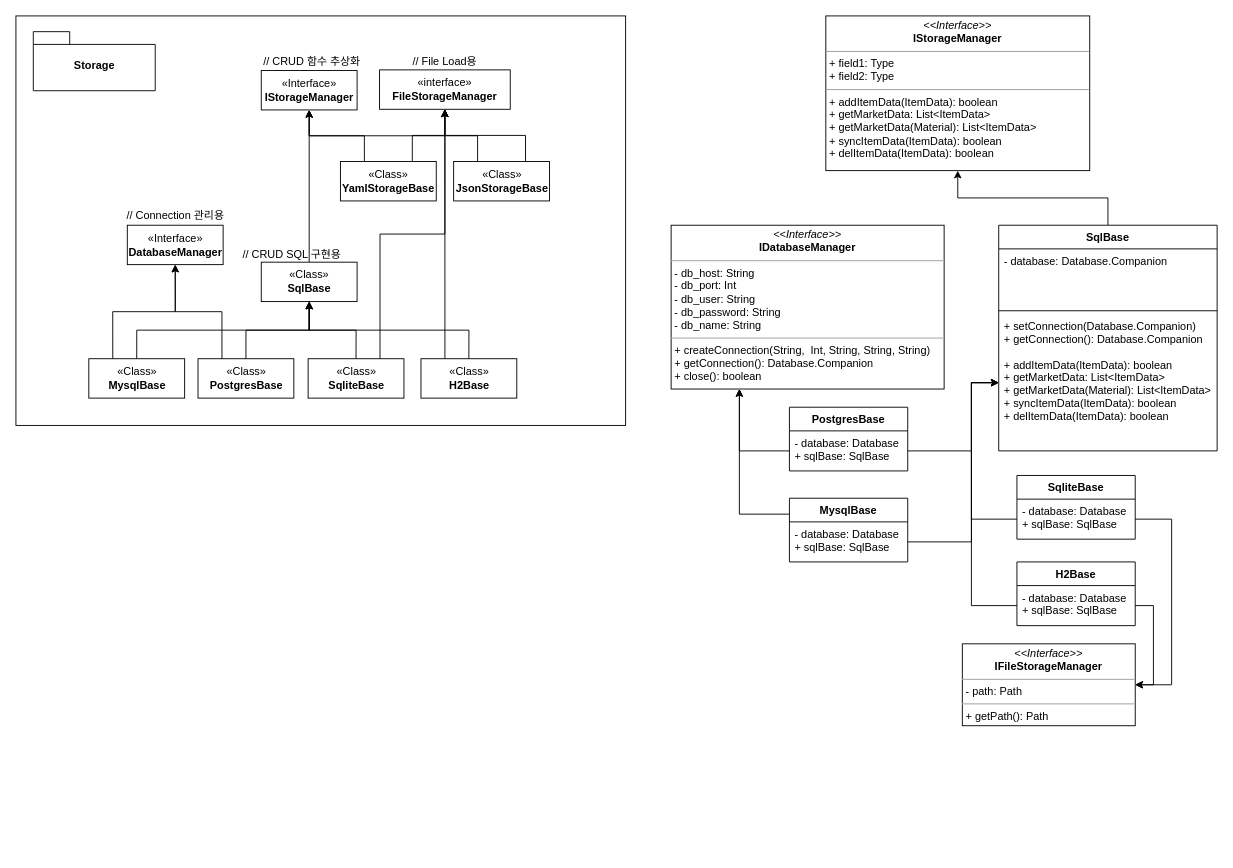
Above: page "Storage Implement" (3 of 4) of LiquidityMarket.drawio in frost917/LiquidityMarket (draw.io), before the change. Source tidied: cells renumbered, new cells numbered last; positions are measured from the earlier drawing's top-left corner, leaving out a move shared by most shapes. Both pictures are drawn from the tidied source at 91%, with x=0, y=0 at pixel (15, 15).
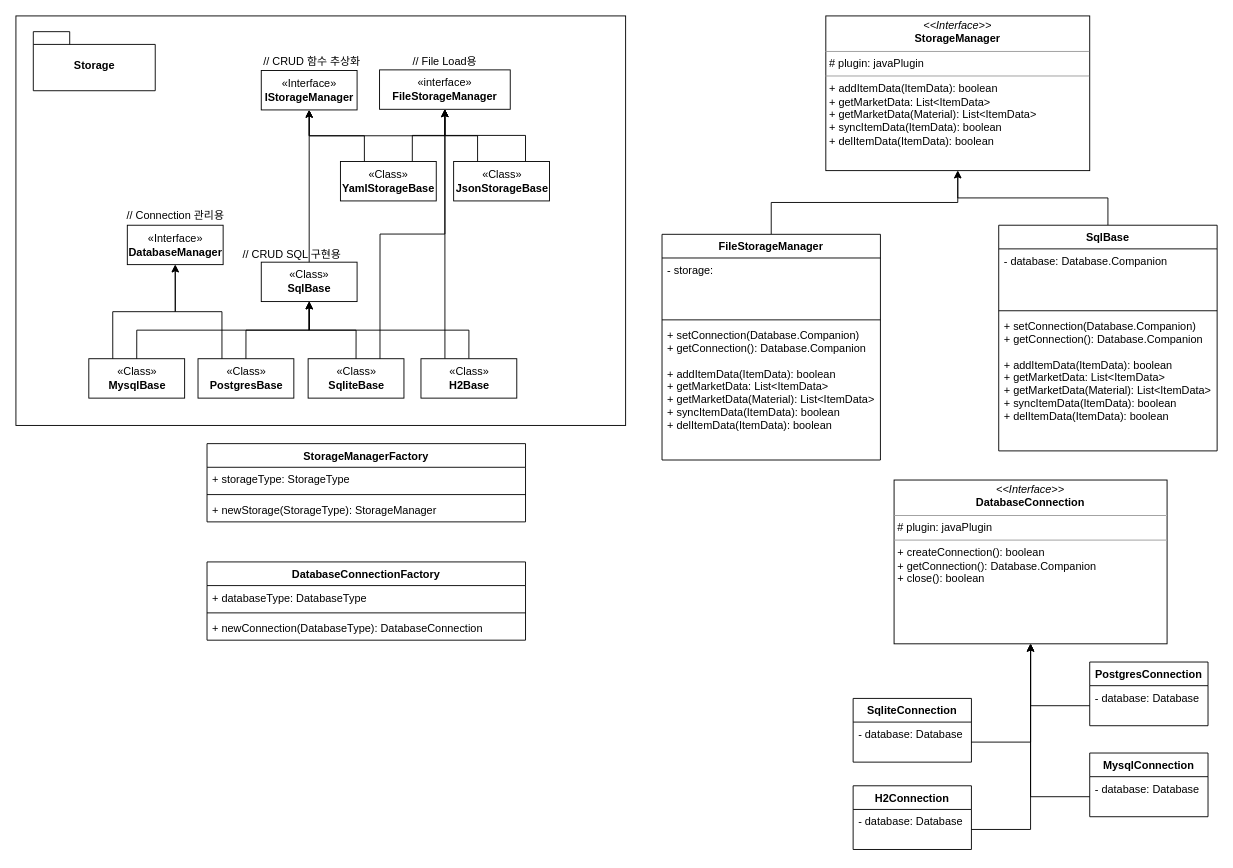
The same page after the edit.

The change refers to these unchanged cells:
```xml
<mxCell id="38" value="+ setConnection(Database.Companion)&#10;+ getConnection(): Database.Companion&#10;&#10;+ addItemData(ItemData): boolean&#10;+ getMarketData: List&lt;ItemData&gt;&#10;+ getMarketData(Material): List&lt;ItemData&gt;&#10;+ syncItemData(ItemData): boolean&#10;+ delItemData(ItemData): boolean" style="text;align=left;verticalAlign=top;spacingLeft=4;spacingRight=4;overflow=hidden;points=[[0,0.5],[1,0.5]];portConstraint=eastwest;" parent="35" vertex="1">
  <mxGeometry y="98" width="240" height="150" as="geometry" />
</mxCell>
```

What changed in the source:
```diff
@@
-    <mxCell id="32" value="&lt;p style=&quot;margin: 0px ; margin-top: 4px ; text-align: center&quot;&gt;&lt;i&gt;&amp;lt;&amp;lt;Interface&amp;gt;&amp;gt;&lt;/i&gt;&lt;br&gt;&lt;b&gt;IStorageManager&lt;/b&gt;&lt;/p&gt;&lt;hr size=&quot;1&quot;&gt;&lt;p style=&quot;margin: 0px ; margin-left: 4px&quot;&gt;+ field1: Type&lt;br&gt;+ field2: Type&lt;/p&gt;&lt;hr size=&quot;1&quot;&gt;&lt;p style=&quot;margin: 0px ; margin-left: 4px&quot;&gt;+ addItemData(ItemData): boolean&lt;/p&gt;&lt;p style=&quot;margin: 0px ; margin-left: 4px&quot;&gt;+ getMarketData: List&amp;lt;ItemData&amp;gt;&lt;br&gt;+ getMarketData(Material): List&amp;lt;ItemData&amp;gt;&lt;/p&gt;&lt;p style=&quot;margin: 0px ; margin-left: 4px&quot;&gt;+ syncItemData(ItemData): boolean&lt;/p&gt;&lt;p style=&quot;margin: 0px ; margin-left: 4px&quot;&gt;+ delItemData(ItemData): boolean&lt;/p&gt;" style="verticalAlign=top;align=left;overflow=fill;fontSize=12;fontFamily=Helvetica;html=1;" parent="1" vertex="1">
+    <mxCell id="32" value="&lt;p style=&quot;margin: 0px ; margin-top: 4px ; text-align: center&quot;&gt;&lt;i&gt;&amp;lt;&amp;lt;Interface&amp;gt;&amp;gt;&lt;/i&gt;&lt;br&gt;&lt;b&gt;StorageManager&lt;/b&gt;&lt;/p&gt;&lt;hr size=&quot;1&quot;&gt;&lt;p style=&quot;margin: 0px ; margin-left: 4px&quot;&gt;# plugin: javaPlugin&lt;/p&gt;&lt;hr size=&quot;1&quot;&gt;&lt;p style=&quot;margin: 0px ; margin-left: 4px&quot;&gt;+ addItemData(ItemData): boolean&lt;/p&gt;&lt;p style=&quot;margin: 0px ; margin-left: 4px&quot;&gt;+ getMarketData: List&amp;lt;ItemData&amp;gt;&lt;br&gt;+ getMarketData(Material): List&amp;lt;ItemData&amp;gt;&lt;/p&gt;&lt;p style=&quot;margin: 0px ; margin-left: 4px&quot;&gt;+ syncItemData(ItemData): boolean&lt;/p&gt;&lt;p style=&quot;margin: 0px ; margin-left: 4px&quot;&gt;+ delItemData(ItemData): boolean&lt;/p&gt;" style="verticalAlign=top;align=left;overflow=fill;fontSize=12;fontFamily=Helvetica;html=1;" parent="1" vertex="1">
       <mxGeometry x="890" width="290" height="170" as="geometry" />
     </mxCell>
-    <mxCell id="33" value="&lt;p style=&quot;margin: 0px ; margin-top: 4px ; text-align: center&quot;&gt;&lt;i&gt;&amp;lt;&amp;lt;Interface&amp;gt;&amp;gt;&lt;/i&gt;&lt;br&gt;&lt;b&gt;IDatabaseManager&lt;/b&gt;&lt;/p&gt;&lt;hr size=&quot;1&quot;&gt;&lt;p style=&quot;margin: 0px ; margin-left: 4px&quot;&gt;- db_host: String&lt;br style=&quot;padding: 0px ; margin: 0px&quot;&gt;- db_port: Int&lt;br style=&quot;padding: 0px ; margin: 0px&quot;&gt;- db_user: String&lt;br style=&quot;padding: 0px ; margin: 0px&quot;&gt;- db_password: String&lt;br style=&quot;padding: 0px ; margin: 0px&quot;&gt;- db_name: String&lt;br&gt;&lt;/p&gt;&lt;hr size=&quot;1&quot;&gt;&lt;p style=&quot;margin: 0px ; margin-left: 4px&quot;&gt;+ createConnection(String,&amp;nbsp; Int, String, String, String)&lt;br&gt;&lt;/p&gt;&lt;p style=&quot;margin: 0px ; margin-left: 4px&quot;&gt;+ getConnection(): Database.Companion&lt;/p&gt;&lt;p style=&quot;margin: 0px ; margin-left: 4px&quot;&gt;+ close(): boolean&lt;/p&gt;" style="verticalAlign=top;align=left;overflow=fill;fontSize=12;fontFamily=Helvetica;html=1;" parent="1" vertex="1">
-      <mxGeometry x="720" y="230" width="300" height="180" as="geometry" />
+    <mxCell id="33" value="&lt;p style=&quot;margin: 0px ; margin-top: 4px ; text-align: center&quot;&gt;&lt;i&gt;&amp;lt;&amp;lt;Interface&amp;gt;&amp;gt;&lt;/i&gt;&lt;br&gt;&lt;b&gt;DatabaseConnection&lt;/b&gt;&lt;/p&gt;&lt;hr size=&quot;1&quot;&gt;&lt;p style=&quot;margin: 0px ; margin-left: 4px&quot;&gt;# plugin: javaPlugin&lt;/p&gt;&lt;hr size=&quot;1&quot;&gt;&lt;p style=&quot;margin: 0px ; margin-left: 4px&quot;&gt;+ createConnection(): boolean&lt;br&gt;&lt;/p&gt;&lt;p style=&quot;margin: 0px ; margin-left: 4px&quot;&gt;+ getConnection(): Database.Companion&lt;/p&gt;&lt;p style=&quot;margin: 0px ; margin-left: 4px&quot;&gt;+ close(): boolean&lt;/p&gt;" style="verticalAlign=top;align=left;overflow=fill;fontSize=12;fontFamily=Helvetica;html=1;" parent="1" vertex="1">
+      <mxGeometry x="965" y="510" width="300" height="180" as="geometry" />
     </mxCell>
@@
-    <mxCell id="39" style="edgeStyle=orthogonalEdgeStyle;rounded=0;jettySize=auto;html=1;exitX=0;exitY=0.25;exitDx=0;exitDy=0;entryX=0.25;entryY=1;entryDx=0;entryDy=0;" parent="1" edge="1" source="40" target="33">
-      <mxGeometry relative="1" as="geometry" />
-    </mxCell>
-    <mxCell id="40" value="MysqlBase" style="swimlane;fontStyle=1;align=center;verticalAlign=top;horizontal=1;startSize=26;strokeColor=default;fillColor=default;" parent="1" vertex="1">
-      <mxGeometry x="850" y="530" width="130" height="70" as="geometry" />
+    <mxCell id="40" value="MysqlConnection" style="swimlane;fontStyle=1;align=center;verticalAlign=top;horizontal=1;startSize=26;strokeColor=default;fillColor=default;" parent="1" vertex="1">
+      <mxGeometry x="1180" y="810" width="130" height="70" as="geometry" />
     </mxCell>
-    <mxCell id="41" value="- database: Database&#10;+ sqlBase: SqlBase" style="text;strokeColor=none;fillColor=none;align=left;verticalAlign=top;spacingLeft=4;spacingRight=4;overflow=hidden;points=[[0,0.5],[1,0.5]];portConstraint=eastwest;" parent="40" vertex="1">
+    <mxCell id="41" value="- database: Database" style="text;strokeColor=none;fillColor=none;align=left;verticalAlign=top;spacingLeft=4;spacingRight=4;overflow=hidden;points=[[0,0.5],[1,0.5]];portConstraint=eastwest;" parent="40" vertex="1">
       <mxGeometry y="26" width="130" height="44" as="geometry" />
     </mxCell>
-    <mxCell id="42" value="H2Base" style="swimlane;fontStyle=1;align=center;verticalAlign=top;horizontal=1;startSize=26;strokeColor=default;fillColor=default;" parent="1" vertex="1">
-      <mxGeometry x="1100" y="600" width="130" height="70" as="geometry" />
+    <mxCell id="42" value="H2Connection" style="swimlane;fontStyle=1;align=center;verticalAlign=top;horizontal=1;startSize=26;strokeColor=default;fillColor=default;" parent="1" vertex="1">
+      <mxGeometry x="920" y="846" width="130" height="70" as="geometry" />
     </mxCell>
-    <mxCell id="43" value="- database: Database&#10;+ sqlBase: SqlBase" style="text;strokeColor=none;fillColor=none;align=left;verticalAlign=top;spacingLeft=4;spacingRight=4;overflow=hidden;points=[[0,0.5],[1,0.5]];portConstraint=eastwest;" parent="42" vertex="1">
+    <mxCell id="43" value="- database: Database&#10;" style="text;strokeColor=none;fillColor=none;align=left;verticalAlign=top;spacingLeft=4;spacingRight=4;overflow=hidden;points=[[0,0.5],[1,0.5]];portConstraint=eastwest;" parent="42" vertex="1">
       <mxGeometry y="26" width="130" height="44" as="geometry" />
     </mxCell>
-    <mxCell id="44" value="SqliteBase" style="swimlane;fontStyle=1;align=center;verticalAlign=top;horizontal=1;startSize=26;strokeColor=default;fillColor=default;" parent="1" vertex="1">
-      <mxGeometry x="1100" y="505" width="130" height="70" as="geometry" />
+    <mxCell id="44" value="SqliteConnection" style="swimlane;fontStyle=1;align=center;verticalAlign=top;horizontal=1;startSize=26;strokeColor=default;fillColor=default;" parent="1" vertex="1">
+      <mxGeometry x="920" y="750" width="130" height="70" as="geometry" />
     </mxCell>
-    <mxCell id="45" value="- database: Database&#10;+ sqlBase: SqlBase" style="text;strokeColor=none;fillColor=none;align=left;verticalAlign=top;spacingLeft=4;spacingRight=4;overflow=hidden;points=[[0,0.5],[1,0.5]];portConstraint=eastwest;" parent="44" vertex="1">
+    <mxCell id="45" value="- database: Database" style="text;strokeColor=none;fillColor=none;align=left;verticalAlign=top;spacingLeft=4;spacingRight=4;overflow=hidden;points=[[0,0.5],[1,0.5]];portConstraint=eastwest;" parent="44" vertex="1">
       <mxGeometry y="26" width="130" height="44" as="geometry" />
     </mxCell>
-    <mxCell id="46" value="PostgresBase" style="swimlane;fontStyle=1;align=center;verticalAlign=top;horizontal=1;startSize=26;strokeColor=default;fillColor=default;" parent="1" vertex="1">
-      <mxGeometry x="850" y="430" width="130" height="70" as="geometry" />
+    <mxCell id="46" value="PostgresConnection" style="swimlane;fontStyle=1;align=center;verticalAlign=top;horizontal=1;startSize=26;strokeColor=default;fillColor=default;" parent="1" vertex="1">
+      <mxGeometry x="1180" y="710" width="130" height="70" as="geometry" />
     </mxCell>
-    <mxCell id="47" value="- database: Database&#10;+ sqlBase: SqlBase" style="text;strokeColor=none;fillColor=none;align=left;verticalAlign=top;spacingLeft=4;spacingRight=4;overflow=hidden;points=[[0,0.5],[1,0.5]];portConstraint=eastwest;" parent="46" vertex="1">
+    <mxCell id="47" value="- database: Database" style="text;strokeColor=none;fillColor=none;align=left;verticalAlign=top;spacingLeft=4;spacingRight=4;overflow=hidden;points=[[0,0.5],[1,0.5]];portConstraint=eastwest;" parent="46" vertex="1">
       <mxGeometry y="26" width="130" height="44" as="geometry" />
     </mxCell>
-    <mxCell id="48" value="&lt;p style=&quot;margin: 0px ; margin-top: 4px ; text-align: center&quot;&gt;&lt;i&gt;&amp;lt;&amp;lt;Interface&amp;gt;&amp;gt;&lt;/i&gt;&lt;br&gt;&lt;b&gt;IFileStorageManager&lt;/b&gt;&lt;/p&gt;&lt;hr size=&quot;1&quot;&gt;&lt;p style=&quot;margin: 0px ; margin-left: 4px&quot;&gt;- path: Path&lt;br&gt;&lt;/p&gt;&lt;hr size=&quot;1&quot;&gt;&lt;p style=&quot;margin: 0px ; margin-left: 4px&quot;&gt;+ getPath(): Path&lt;/p&gt;&lt;p style=&quot;margin: 0px ; margin-left: 4px&quot;&gt;&lt;br&gt;&lt;/p&gt;" style="verticalAlign=top;align=left;overflow=fill;fontSize=12;fontFamily=Helvetica;html=1;strokeColor=default;fillColor=default;" parent="1" vertex="1">
-      <mxGeometry x="1040" y="690" width="190" height="90" as="geometry" />
-    </mxCell>
-    <mxCell id="49" style="edgeStyle=orthogonalEdgeStyle;rounded=0;jettySize=auto;html=1;exitX=1;exitY=0.5;exitDx=0;exitDy=0;" parent="1" edge="1" source="47" target="38">
-      <mxGeometry relative="1" as="geometry">
-        <Array as="points">
-          <mxPoint x="1050" y="478" />
-          <mxPoint x="1050" y="403" />
-        </Array>
-      </mxGeometry>
-    </mxCell>
-    <mxCell id="50" style="edgeStyle=orthogonalEdgeStyle;rounded=0;jettySize=auto;html=1;exitX=0;exitY=0.5;exitDx=0;exitDy=0;" parent="1" edge="1" source="43" target="38">
-      <mxGeometry relative="1" as="geometry">
-        <Array as="points">
-          <mxPoint x="1050" y="648" />
-          <mxPoint x="1050" y="403" />
-        </Array>
-      </mxGeometry>
-    </mxCell>
+    <mxCell id="56" value="StorageManagerFactory" style="swimlane;fontStyle=1;align=center;verticalAlign=top;horizontal=1;startSize=26;" parent="1" vertex="1">
+      <mxGeometry x="210" y="470" width="350" height="86" as="geometry" />
+    </mxCell>
+    <mxCell id="57" value="+ storageType: StorageType" style="text;strokeColor=none;fillColor=none;align=left;verticalAlign=top;spacingLeft=4;spacingRight=4;overflow=hidden;" parent="56" vertex="1">
+      <mxGeometry y="26" width="350" height="26" as="geometry" />
+    </mxCell>
+    <mxCell id="58" style="line;strokeWidth=1;fillColor=none;align=left;verticalAlign=middle;spacingTop=-1;spacingLeft=3;spacingRight=3;labelPosition=right;" parent="56" vertex="1">
+      <mxGeometry y="52" width="350" height="8" as="geometry" />
+    </mxCell>
+    <mxCell id="59" value="+ newStorage(StorageType): StorageManager" style="text;strokeColor=none;fillColor=none;align=left;verticalAlign=top;spacingLeft=4;spacingRight=4;overflow=hidden;" parent="56" vertex="1">
+      <mxGeometry y="60" width="350" height="26" as="geometry" />
+    </mxCell>
+    <mxCell id="60" value="DatabaseConnectionFactory" style="swimlane;fontStyle=1;align=center;verticalAlign=top;horizontal=1;startSize=26;" parent="1" vertex="1">
+      <mxGeometry x="210" y="600" width="350" height="86" as="geometry" />
+    </mxCell>
+    <mxCell id="61" value="+ databaseType: DatabaseType" style="text;strokeColor=none;fillColor=none;align=left;verticalAlign=top;spacingLeft=4;spacingRight=4;overflow=hidden;" parent="60" vertex="1">
+      <mxGeometry y="26" width="350" height="26" as="geometry" />
+    </mxCell>
+    <mxCell id="62" style="line;strokeWidth=1;fillColor=none;align=left;verticalAlign=middle;spacingTop=-1;spacingLeft=3;spacingRight=3;labelPosition=right;" parent="60" vertex="1">
+      <mxGeometry y="52" width="350" height="8" as="geometry" />
+    </mxCell>
+    <mxCell id="63" value="+ newConnection(DatabaseType): DatabaseConnection" style="text;strokeColor=none;fillColor=none;align=left;verticalAlign=top;spacingLeft=4;spacingRight=4;overflow=hidden;" parent="60" vertex="1">
+      <mxGeometry y="60" width="350" height="26" as="geometry" />
+    </mxCell>
+    <mxCell id="64" style="edgeStyle=orthogonalEdgeStyle;rounded=0;jettySize=auto;html=1;exitX=1;exitY=0.5;exitDx=0;exitDy=0;" parent="1" edge="1" source="45" target="33">
+      <mxGeometry relative="1" as="geometry" />
+    </mxCell>
-    <mxCell id="51" style="edgeStyle=orthogonalEdgeStyle;rounded=0;jettySize=auto;html=1;exitX=0;exitY=0.5;exitDx=0;exitDy=0;entryX=0.25;entryY=1;entryDx=0;entryDy=0;" parent="1" edge="1" source="47" target="33">
+    <mxCell id="51" style="edgeStyle=orthogonalEdgeStyle;rounded=0;jettySize=auto;html=1;exitX=0;exitY=0.5;exitDx=0;exitDy=0;" parent="1" edge="1" source="47" target="33">
       <mxGeometry relative="1" as="geometry" />
     </mxCell>
-    <mxCell id="52" style="edgeStyle=orthogonalEdgeStyle;rounded=0;jettySize=auto;html=1;exitX=1;exitY=0.5;exitDx=0;exitDy=0;entryX=0;entryY=0.5;entryDx=0;entryDy=0;" parent="1" edge="1" source="41" target="38">
-      <mxGeometry relative="1" as="geometry">
-        <Array as="points">
-          <mxPoint x="1050" y="578" />
-          <mxPoint x="1050" y="403" />
-        </Array>
-      </mxGeometry>
-    </mxCell>
-    <mxCell id="53" style="edgeStyle=orthogonalEdgeStyle;rounded=0;jettySize=auto;html=1;exitX=0;exitY=0.5;exitDx=0;exitDy=0;" parent="1" edge="1" source="45" target="38">
-      <mxGeometry relative="1" as="geometry">
-        <Array as="points">
-          <mxPoint x="1050" y="553" />
-          <mxPoint x="1050" y="403" />
-        </Array>
-      </mxGeometry>
-    </mxCell>
-    <mxCell id="54" style="edgeStyle=orthogonalEdgeStyle;rounded=0;jettySize=auto;html=1;exitX=1;exitY=0.5;exitDx=0;exitDy=0;entryX=1;entryY=0.5;entryDx=0;entryDy=0;" parent="1" edge="1" source="43" target="48">
-      <mxGeometry relative="1" as="geometry" />
-    </mxCell>
-    <mxCell id="55" style="edgeStyle=orthogonalEdgeStyle;rounded=0;jettySize=auto;html=1;exitX=1;exitY=0.5;exitDx=0;exitDy=0;entryX=1;entryY=0.5;entryDx=0;entryDy=0;" parent="1" edge="1" source="45" target="48">
-      <mxGeometry relative="1" as="geometry">
-        <Array as="points">
-          <mxPoint x="1270" y="553" />
-          <mxPoint x="1270" y="735" />
-        </Array>
-      </mxGeometry>
-    </mxCell>
+    <mxCell id="65" style="edgeStyle=orthogonalEdgeStyle;rounded=0;jettySize=auto;html=1;exitX=0;exitY=0.5;exitDx=0;exitDy=0;" parent="1" edge="1" source="41" target="33">
+      <mxGeometry relative="1" as="geometry" />
+    </mxCell>
+    <mxCell id="66" style="edgeStyle=orthogonalEdgeStyle;rounded=0;jettySize=auto;html=1;exitX=1;exitY=0.5;exitDx=0;exitDy=0;" parent="1" edge="1" source="43" target="33">
+      <mxGeometry relative="1" as="geometry" />
+    </mxCell>
+    <mxCell id="67" style="edgeStyle=orthogonalEdgeStyle;rounded=0;jettySize=auto;html=1;exitX=0.5;exitY=0;exitDx=0;exitDy=0;" parent="1" edge="1" source="68" target="32">
+      <mxGeometry relative="1" as="geometry" />
+    </mxCell>
+    <mxCell id="68" value="FileStorageManager" style="swimlane;fontStyle=1;align=center;verticalAlign=top;horizontal=1;startSize=26;" parent="1" vertex="1">
+      <mxGeometry x="710" y="240" width="240" height="248" as="geometry" />
+    </mxCell>
+    <mxCell id="69" value="- storage: " style="text;strokeColor=none;fillColor=none;align=left;verticalAlign=top;spacingLeft=4;spacingRight=4;overflow=hidden;" parent="68" vertex="1">
+      <mxGeometry y="26" width="240" height="64" as="geometry" />
+    </mxCell>
+    <mxCell id="70" style="line;strokeWidth=1;fillColor=none;align=left;verticalAlign=middle;spacingTop=-1;spacingLeft=3;spacingRight=3;labelPosition=right;" parent="68" vertex="1">
+      <mxGeometry y="90" width="240" height="8" as="geometry" />
+    </mxCell>
+    <mxCell id="71" value="+ setConnection(Database.Companion)&#10;+ getConnection(): Database.Companion&#10;&#10;+ addItemData(ItemData): boolean&#10;+ getMarketData: List&lt;ItemData&gt;&#10;+ getMarketData(Material): List&lt;ItemData&gt;&#10;+ syncItemData(ItemData): boolean&#10;+ delItemData(ItemData): boolean" style="text;align=left;verticalAlign=top;spacingLeft=4;spacingRight=4;overflow=hidden;" parent="68" vertex="1">
+      <mxGeometry y="98" width="240" height="150" as="geometry" />
+    </mxCell>
```
